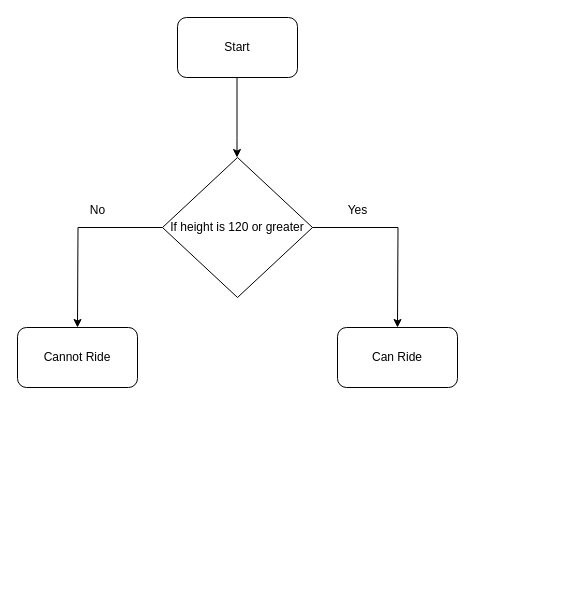
Before: Untitled Diagram.drawio in vnath3/pyfirst, a draw.io diagram. Source tidied: cells renumbered, new cells numbered last; positions are measured from the earlier drawing's top-left corner, leaving out a move shared by most shapes. Both pictures are drawn from the tidied source at 100%, with x=0, y=0 at pixel (17, 17).
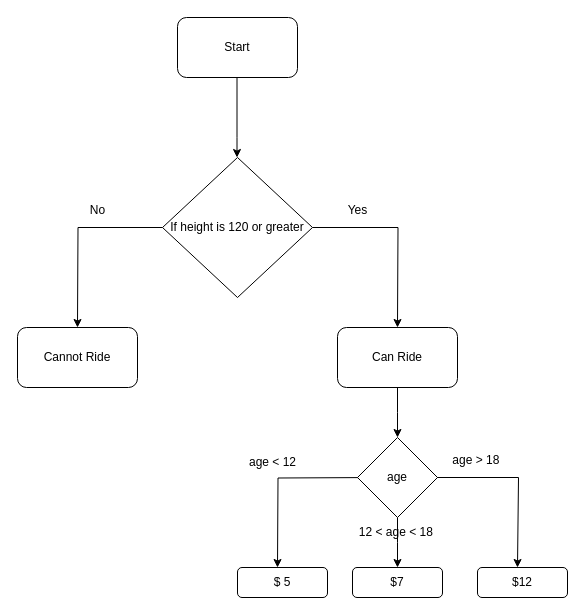
Above is the later version.

Unchanged cells that the change refers to:
```xml
<mxCell id="8" value="Can Ride" style="rounded=1;whiteSpace=wrap;html=1;" parent="1" vertex="1">
  <mxGeometry x="320" y="310" width="120" height="60" as="geometry" />
</mxCell>
```

The edit, as a diff of the source:
```diff
@@
+    <mxCell id="11" style="edgeStyle=orthogonalEdgeStyle;rounded=0;jettySize=auto;html=1;exitX=0.5;exitY=1;exitDx=0;exitDy=0;" parent="1" edge="1" source="8">
+      <mxGeometry relative="1" as="geometry">
+        <mxPoint x="380" y="420" as="targetPoint" />
+      </mxGeometry>
+    </mxCell>
@@
+    <mxCell id="12" style="edgeStyle=orthogonalEdgeStyle;rounded=0;orthogonalLoop=1;jettySize=auto;html=1;exitX=1;exitY=0.5;exitDx=0;exitDy=0;" parent="1" edge="1">
+      <mxGeometry relative="1" as="geometry">
+        <mxPoint x="380" y="460" as="sourcePoint" />
+        <mxPoint x="500" y="550" as="targetPoint" />
+        <Array as="points">
+          <mxPoint x="501" y="460" />
+        </Array>
+      </mxGeometry>
+    </mxCell>
+    <mxCell id="13" style="edgeStyle=orthogonalEdgeStyle;rounded=0;orthogonalLoop=1;jettySize=auto;html=1;exitX=0;exitY=0.5;exitDx=0;exitDy=0;" parent="1" edge="1">
+      <mxGeometry relative="1" as="geometry">
+        <mxPoint x="360" y="460" as="sourcePoint" />
+        <mxPoint x="260" y="550" as="targetPoint" />
+      </mxGeometry>
+    </mxCell>
+    <mxCell id="14" style="edgeStyle=orthogonalEdgeStyle;rounded=0;jettySize=auto;html=1;exitX=0.5;exitY=1;exitDx=0;exitDy=0;" parent="1" edge="1" source="15">
+      <mxGeometry relative="1" as="geometry">
+        <mxPoint x="380" y="550" as="targetPoint" />
+      </mxGeometry>
+    </mxCell>
+    <mxCell id="15" value="age" style="rhombus;whiteSpace=wrap;html=1;" parent="1" vertex="1">
+      <mxGeometry x="340" y="420" width="80" height="80" as="geometry" />
+    </mxCell>
+    <mxCell id="16" value="age &amp;lt; 12" style="text;html=1;align=center;verticalAlign=middle;strokeColor=none;fillColor=none;" parent="1" vertex="1">
+      <mxGeometry x="220" y="430" width="70" height="30" as="geometry" />
+    </mxCell>
+    <mxCell id="17" value="12 &amp;lt; age &amp;lt; 18&amp;nbsp;" style="text;html=1;align=center;verticalAlign=middle;strokeColor=none;fillColor=none;" parent="1" vertex="1">
+      <mxGeometry x="330" y="500" width="100" height="30" as="geometry" />
+    </mxCell>
+    <mxCell id="18" value="age &amp;gt; 18&amp;nbsp;" style="text;html=1;align=center;verticalAlign=middle;strokeColor=none;fillColor=none;" parent="1" vertex="1">
+      <mxGeometry x="425" y="428" width="70" height="30" as="geometry" />
+    </mxCell>
+    <mxCell id="19" value="$7" style="rounded=1;whiteSpace=wrap;html=1;" parent="1" vertex="1">
+      <mxGeometry x="335" y="550" width="90" height="30" as="geometry" />
+    </mxCell>
+    <mxCell id="20" value="$ 5" style="rounded=1;whiteSpace=wrap;html=1;" parent="1" vertex="1">
+      <mxGeometry x="220" y="550" width="90" height="30" as="geometry" />
+    </mxCell>
+    <mxCell id="21" value="$12" style="rounded=1;whiteSpace=wrap;html=1;" parent="1" vertex="1">
+      <mxGeometry x="460" y="550" width="90" height="30" as="geometry" />
+    </mxCell>
```
